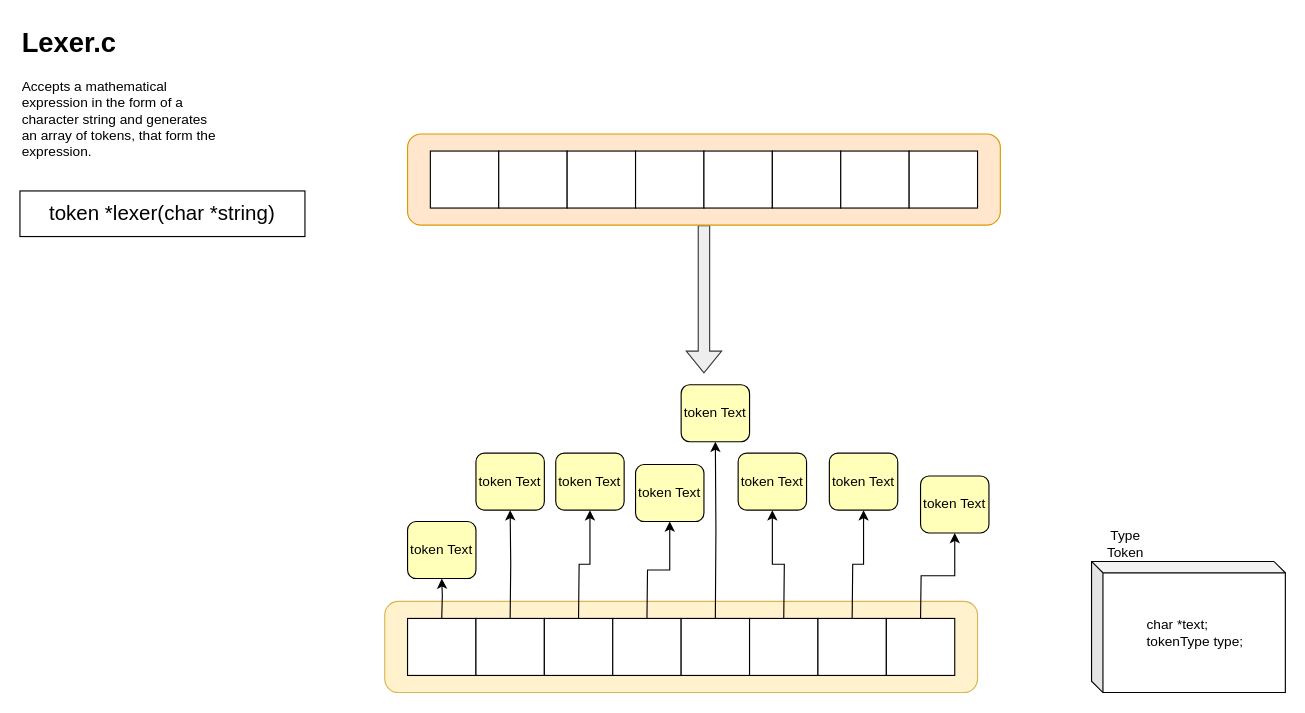
AbhijitBaral/Math-Expressions-parser keeps this draw.io diagram as Algorithm Schematics/Lexer.drawio. Above is the earlier version. Source tidied: cells renumbered, new cells numbered last; positions are measured from the earlier drawing's top-left corner, leaving out a move shared by most shapes. Both pictures are drawn from the tidied source at 114%, with x=0, y=0 at pixel (19, 19).
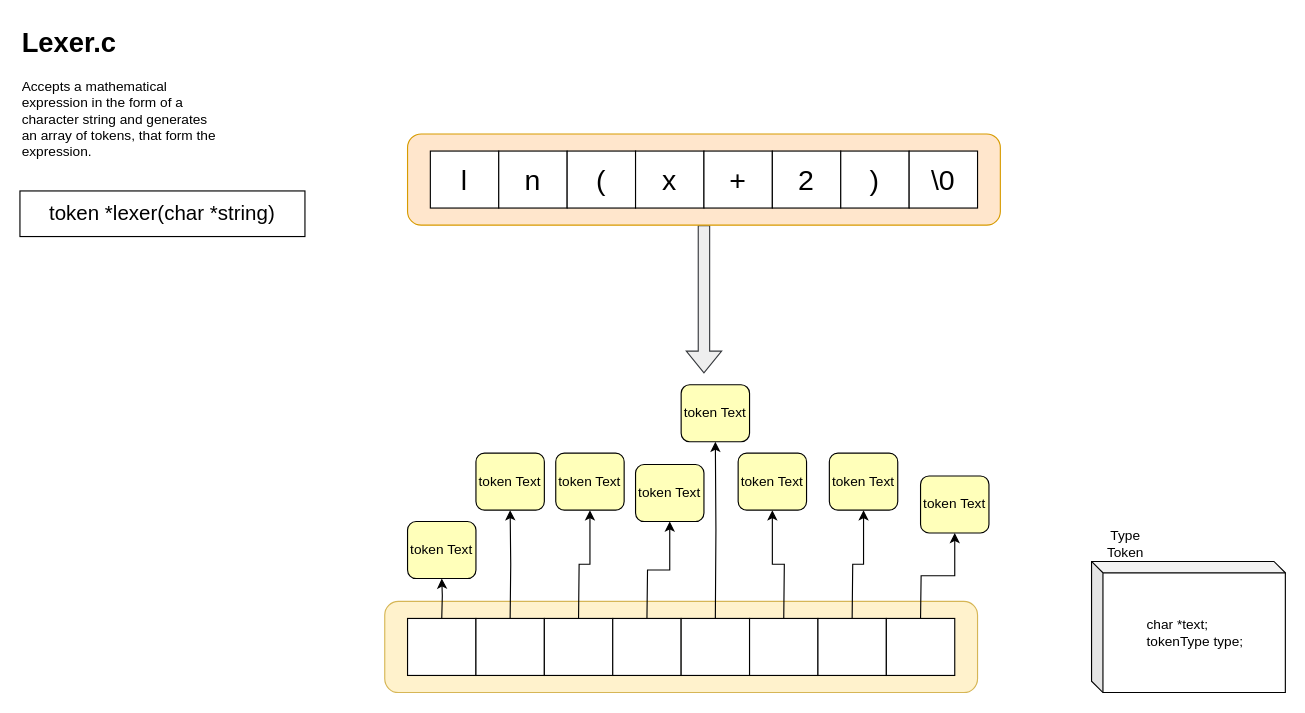
After the change.

Diff of the diagram source:
```diff
@@
-    <mxCell id="33" style="rounded=0;whiteSpace=wrap;html=1;" parent="1" vertex="1">
+    <mxCell id="33" value="&lt;font style=&quot;font-size: 25px;&quot;&gt;l&lt;/font&gt;" style="rounded=0;whiteSpace=wrap;html=1;" parent="1" vertex="1">
       <mxGeometry x="360" y="115" width="60" height="50" as="geometry" />
     </mxCell>
-    <mxCell id="34" style="rounded=0;whiteSpace=wrap;html=1;" parent="1" vertex="1">
+    <mxCell id="34" value="&lt;font style=&quot;font-size: 25px;&quot;&gt;n&lt;/font&gt;" style="rounded=0;whiteSpace=wrap;html=1;" parent="1" vertex="1">
       <mxGeometry x="420" y="115" width="60" height="50" as="geometry" />
     </mxCell>
-    <mxCell id="35" style="rounded=0;whiteSpace=wrap;html=1;" parent="1" vertex="1">
+    <mxCell id="35" value="&lt;font style=&quot;font-size: 25px;&quot;&gt;(&lt;/font&gt;" style="rounded=0;whiteSpace=wrap;html=1;" parent="1" vertex="1">
       <mxGeometry x="480" y="115" width="60" height="50" as="geometry" />
     </mxCell>
-    <mxCell id="36" style="rounded=0;whiteSpace=wrap;html=1;" parent="1" vertex="1">
+    <mxCell id="36" value="&lt;span style=&quot;font-size: 25px;&quot;&gt;x&lt;/span&gt;" style="rounded=0;whiteSpace=wrap;html=1;" parent="1" vertex="1">
       <mxGeometry x="540" y="115" width="60" height="50" as="geometry" />
     </mxCell>
-    <mxCell id="37" style="rounded=0;whiteSpace=wrap;html=1;" parent="1" vertex="1">
+    <mxCell id="37" value="&lt;span style=&quot;font-size: 25px;&quot;&gt;+&lt;/span&gt;" style="rounded=0;whiteSpace=wrap;html=1;" parent="1" vertex="1">
       <mxGeometry x="600" y="115" width="60" height="50" as="geometry" />
     </mxCell>
-    <mxCell id="38" style="rounded=0;whiteSpace=wrap;html=1;" parent="1" vertex="1">
+    <mxCell id="38" value="&lt;font style=&quot;font-size: 25px;&quot;&gt;2&lt;/font&gt;" style="rounded=0;whiteSpace=wrap;html=1;" parent="1" vertex="1">
       <mxGeometry x="660" y="115" width="60" height="50" as="geometry" />
     </mxCell>
-    <mxCell id="39" style="rounded=0;whiteSpace=wrap;html=1;" parent="1" vertex="1">
+    <mxCell id="39" value="&lt;font style=&quot;font-size: 25px;&quot;&gt;)&lt;/font&gt;" style="rounded=0;whiteSpace=wrap;html=1;" parent="1" vertex="1">
       <mxGeometry x="720" y="115" width="60" height="50" as="geometry" />
     </mxCell>
-    <mxCell id="40" style="rounded=0;whiteSpace=wrap;html=1;" parent="1" vertex="1">
+    <mxCell id="40" value="&lt;font style=&quot;font-size: 25px;&quot;&gt;\0&lt;/font&gt;" style="rounded=0;whiteSpace=wrap;html=1;" parent="1" vertex="1">
       <mxGeometry x="780" y="115" width="60" height="50" as="geometry" />
     </mxCell>
```
